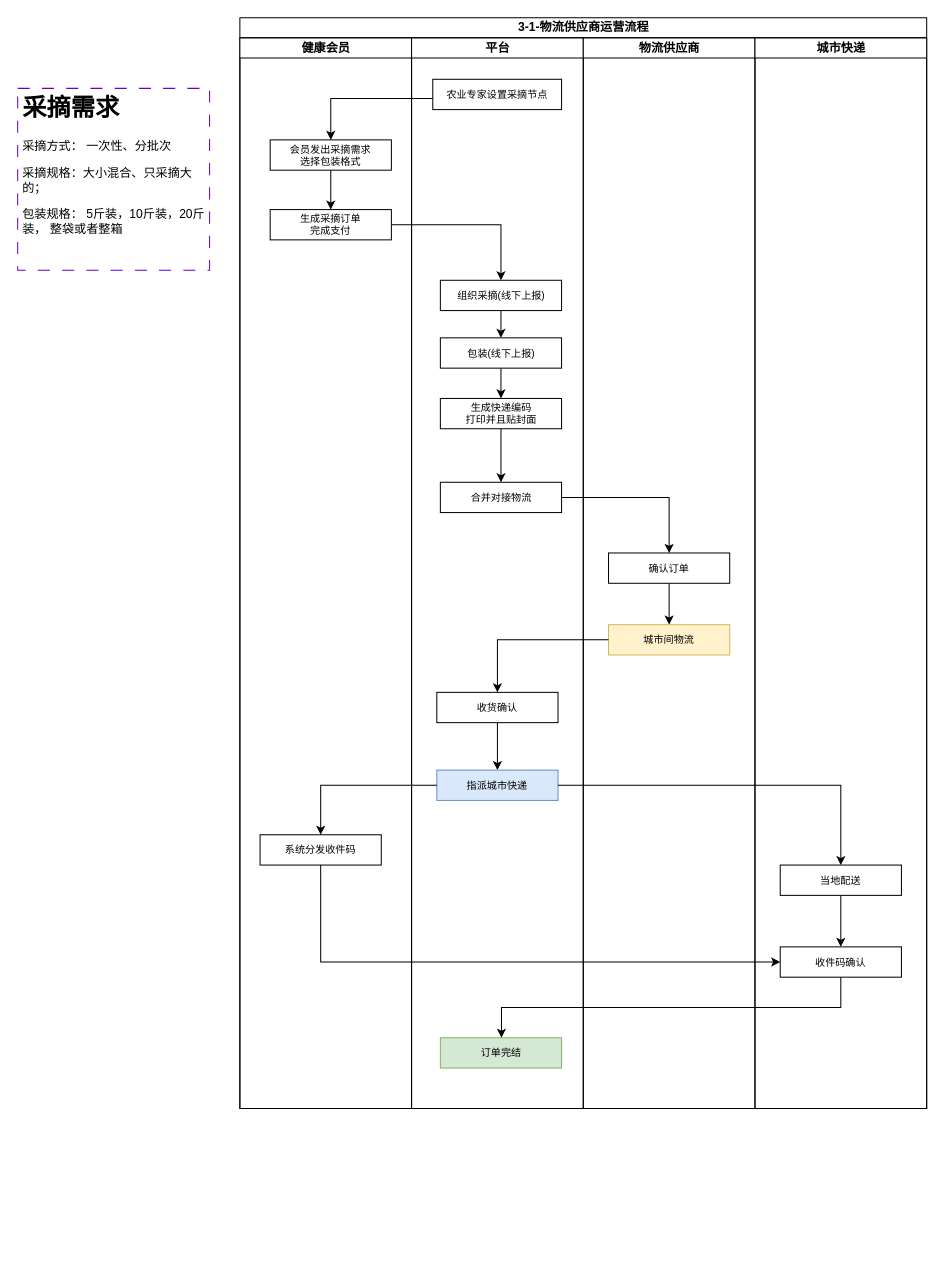
ManGuo/HealthFarm keeps this draw.io diagram as Graph/3-1-物流供应商流程.drawio. Above is the earlier version. Source tidied: cells renumbered, new cells numbered last; positions are measured from the earlier drawing's top-left corner, leaving out a move shared by most shapes. Both pictures are drawn from the tidied source at 101%, with x=0, y=0 at pixel (17, 17).
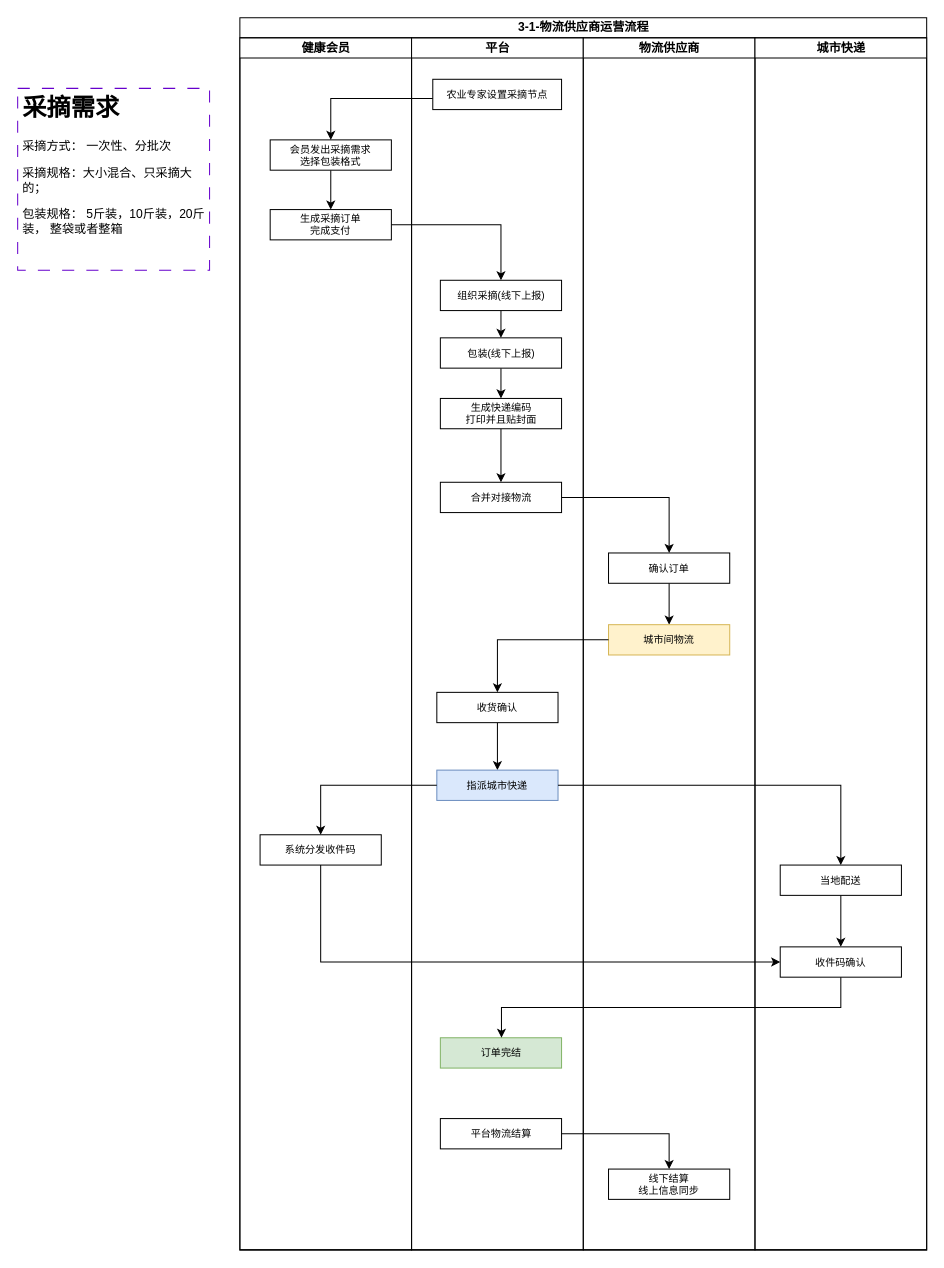
After the change.

Commit message:
更新3-1-物流供应商流程.drawio

Diff of the diagram source:
```diff
@@
     <mxCell id="2" value="3-1-物流供应商运营流程" style="swimlane;startSize=20;html=1;" parent="1" vertex="1">
-      <mxGeometry x="220" width="680" height="1080" as="geometry" />
+      <mxGeometry x="220" width="680" height="1220" as="geometry" />
     </mxCell>
     <mxCell id="3" value="健康会员" style="swimlane;startSize=20;html=1;" parent="2" vertex="1">
-      <mxGeometry y="20" width="170" height="1060" as="geometry" />
+      <mxGeometry y="20" width="170" height="1200" as="geometry" />
     </mxCell>
@@
     <mxCell id="8" value="平台" style="swimlane;startSize=20;html=1;" parent="2" vertex="1">
-      <mxGeometry x="170" y="20" width="170" height="1060" as="geometry" />
+      <mxGeometry x="170" y="20" width="170" height="1200" as="geometry" />
     </mxCell>
@@
+    <mxCell id="38" value="平台物流结算" style="whiteSpace=wrap;html=1;fontSize=10;rounded=0;" parent="8" vertex="1">
+      <mxGeometry x="28.5" y="1070" width="120" height="30" as="geometry" />
+    </mxCell>
     <mxCell id="21" value="物流供应商" style="swimlane;startSize=20;html=1;" parent="2" vertex="1">
-      <mxGeometry x="340" y="20" width="170" height="1060" as="geometry" />
+      <mxGeometry x="340" y="20" width="170" height="1200" as="geometry" />
     </mxCell>
@@
+    <mxCell id="39" value="线下结算&lt;br&gt;线上信息同步" style="whiteSpace=wrap;html=1;fontSize=10;rounded=0;" parent="21" vertex="1">
+      <mxGeometry x="25" y="1120" width="120" height="30" as="geometry" />
+    </mxCell>
     <mxCell id="25" value="城市快递" style="swimlane;startSize=20;html=1;" parent="2" vertex="1">
-      <mxGeometry x="510" y="20" width="170" height="1060" as="geometry" />
+      <mxGeometry x="510" y="20" width="170" height="1200" as="geometry" />
     </mxCell>
@@
+    <mxCell id="40" style="edgeStyle=orthogonalEdgeStyle;rounded=0;jettySize=auto;html=1;" parent="2" edge="1" source="38" target="39">
+      <mxGeometry relative="1" as="geometry" />
+    </mxCell>
```
